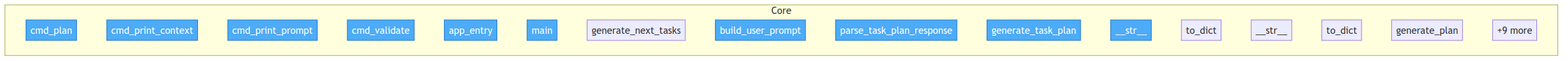
Earlier version of the Mermaid export project/flow.png (semcod/nxdo). Its source is kept beside it as project/flow.mmd.
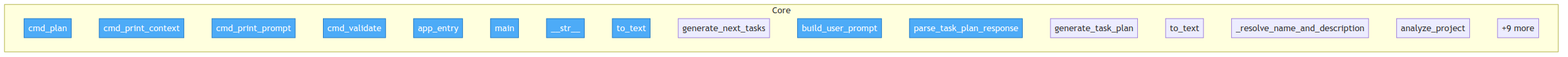
The same file after the commit.

What changed in the source:
```diff
@@ -9,16 +9,16 @@
         src__lane__cli__cmd_validate["cmd_validate"]
         src__lane__cli__app_entry["app_entry"]
         src__lane__cli__main["main"]
+        src__lane__git_reader__CommitInfo____str__["__str__"]
+        src__lane__git_reader__GitContext__to_text["to_text"]
         src__lane__planner__generate_next_tasks["generate_next_tasks"]
         src__lane__llm_client__build_user_prompt["build_user_prompt"]
         src__lane__llm_client__parse_task_plan_response["parse_task_plan_response"]
         src__lane__llm_client__OpenAICompatibleLLMClient__generate_task_plan["generate_task_plan"]
-        src__lane__models__Task____str__["__str__"]
-        src__lane__models__Task__to_dict["to_dict"]
-        src__lane__models__TaskPlan____str__["__str__"]
-        src__lane__models__TaskPlan__to_dict["to_dict"]
-        src__lane__providers__base__LLMProvider__generate_plan["generate_plan"]
+        src__lane__project_analyzer__ProjectSnapshot__to_text["to_text"]
+        src__lane__project_analyzer___resolve_name_and_description["_resolve_name_and_description"]
+        src__lane__project_analyzer__analyze_project["analyze_project"]
         ...["+9 more"]
     end
 
-    class src__lane__cli__cmd_plan,src__lane__cli__cmd_print_context,src__lane__cli__cmd_print_prompt,src__lane__cli__cmd_validate,src__lane__cli__app_entry,src__lane__cli__main,src__lane__llm_client__build_user_prompt,src__lane__llm_client__parse_task_plan_response,src__lane__llm_client__OpenAICompatibleLLMClient__generate_task_plan,src__lane__models__Task____str__ entry
+    class src__lane__cli__cmd_plan,src__lane__cli__cmd_print_context,src__lane__cli__cmd_print_prompt,src__lane__cli__cmd_validate,src__lane__cli__app_entry,src__lane__cli__main,src__lane__git_reader__CommitInfo____str__,src__lane__git_reader__GitContext__to_text,src__lane__llm_client__build_user_prompt,src__lane__llm_client__parse_task_plan_response entry
```
